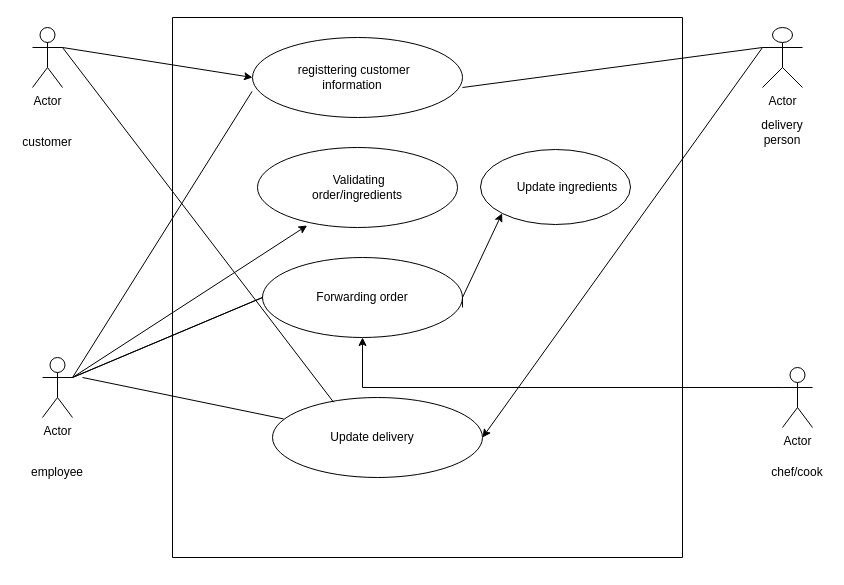
Before: page "Page-1" (1 of 2) of Untitled Diagram.drawio in ashra-dev/github, a draw.io diagram. Source tidied: cells renumbered, new cells numbered last; positions are measured from the earlier drawing's top-left corner, leaving out a move shared by most shapes. Both pictures are drawn from the tidied source at 100%, with x=0, y=0 at pixel (17, 17).
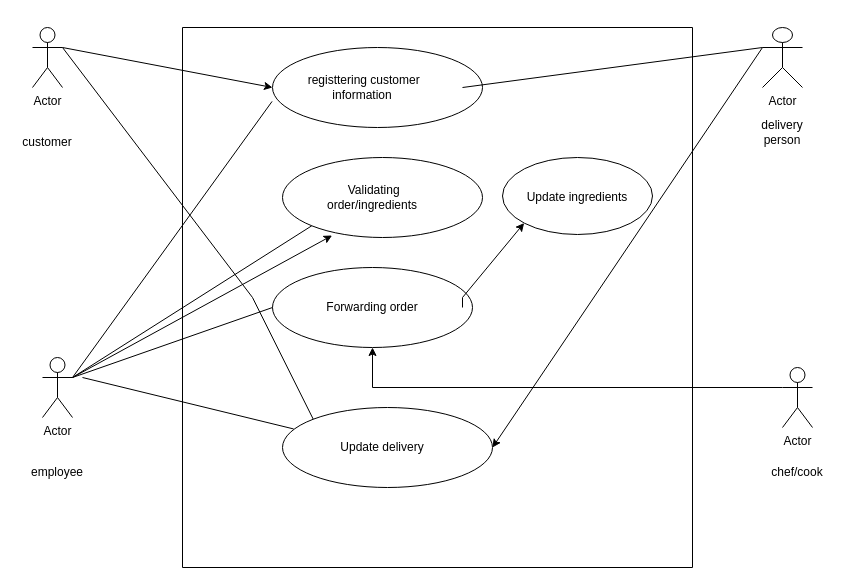
The same page after the edit.

Commit message:
laphing management system

The change refers to these unchanged cells:
```xml
<mxCell id="5" style="ellipse;whiteSpace=wrap;html=1;" parent="2" vertex="1">
  <mxGeometry x="90" y="240" width="200" height="80" as="geometry" />
</mxCell>
<mxCell id="7" style="ellipse;whiteSpace=wrap;html=1;" parent="2" vertex="1">
  <mxGeometry x="100" y="380" width="210" height="80" as="geometry" />
</mxCell>
```

Change to the diagram source:
```diff
@@
     <mxCell id="2" style="swimlane;startSize=0;" parent="1" vertex="1">
-      <mxGeometry x="155" width="510" height="540" as="geometry" />
+      <mxGeometry x="165" y="10" width="510" height="540" as="geometry" />
     </mxCell>
     <mxCell id="3" style="ellipse;whiteSpace=wrap;html=1;" parent="2" vertex="1">
-      <mxGeometry x="80" y="20" width="210" height="80" as="geometry" />
+      <mxGeometry x="90" y="20" width="210" height="80" as="geometry" />
     </mxCell>
     <mxCell id="4" style="ellipse;whiteSpace=wrap;html=1;" parent="2" vertex="1">
-      <mxGeometry x="85" y="130" width="200" height="80" as="geometry" />
+      <mxGeometry x="100" y="130" width="200" height="80" as="geometry" />
     </mxCell>
@@
     <mxCell id="6" style="ellipse;whiteSpace=wrap;html=1;" parent="2" vertex="1">
-      <mxGeometry x="308" y="132" width="150" height="75" as="geometry" />
+      <mxGeometry x="320" y="130" width="150" height="77" as="geometry" />
     </mxCell>
@@
     <mxCell id="9" value="&amp;nbsp;Validating order/ingredients" style="text;html=1;strokeColor=none;fillColor=none;align=center;verticalAlign=middle;whiteSpace=wrap;rounded=0;" parent="2" vertex="1">
-      <mxGeometry x="110" y="155" width="150" height="30" as="geometry" />
+      <mxGeometry x="115" y="155" width="150" height="30" as="geometry" />
     </mxCell>
@@
     <mxCell id="11" value="Update ingredients" style="text;html=1;strokeColor=none;fillColor=none;align=center;verticalAlign=middle;whiteSpace=wrap;rounded=0;" parent="2" vertex="1">
-      <mxGeometry x="320" y="155" width="150" height="30" as="geometry" />
+      <mxGeometry x="320" y="154.5" width="150" height="30" as="geometry" />
     </mxCell>
@@
+    <mxCell id="26" style="endArrow=none;html=1;rounded=0;entryX=0;entryY=0.5;entryDx=0;entryDy=0;exitX=0;exitY=1;exitDx=0;exitDy=0;" parent="2" edge="1" source="4" target="5">
+      <mxGeometry relative="1" as="geometry">
+        <Array as="points">
+          <mxPoint x="-110" y="350" />
+        </Array>
+      </mxGeometry>
+    </mxCell>
@@
-    <mxCell id="26" style="endArrow=none;html=1;rounded=0;entryX=0;entryY=0.5;entryDx=0;entryDy=0;" parent="1" edge="1" target="5">
-      <mxGeometry relative="1" as="geometry">
-        <mxPoint x="245" y="280" as="sourcePoint" />
-        <Array as="points">
-          <mxPoint x="55" y="360" />
-        </Array>
-      </mxGeometry>
-    </mxCell>
@@
-    <mxCell id="29" style="endArrow=none;html=1;rounded=0;entryX=0.291;entryY=0.059;entryDx=0;entryDy=0;entryPerimeter=0;" parent="1" edge="1" target="7">
+    <mxCell id="29" style="endArrow=none;html=1;rounded=0;entryX=0;entryY=0;entryDx=0;entryDy=0;" parent="1" edge="1" target="7">
       <mxGeometry relative="1" as="geometry">
         <mxPoint x="45" y="30" as="sourcePoint" />
+        <Array as="points">
+          <mxPoint x="235" y="280" />
+        </Array>
       </mxGeometry>
     </mxCell>
```
